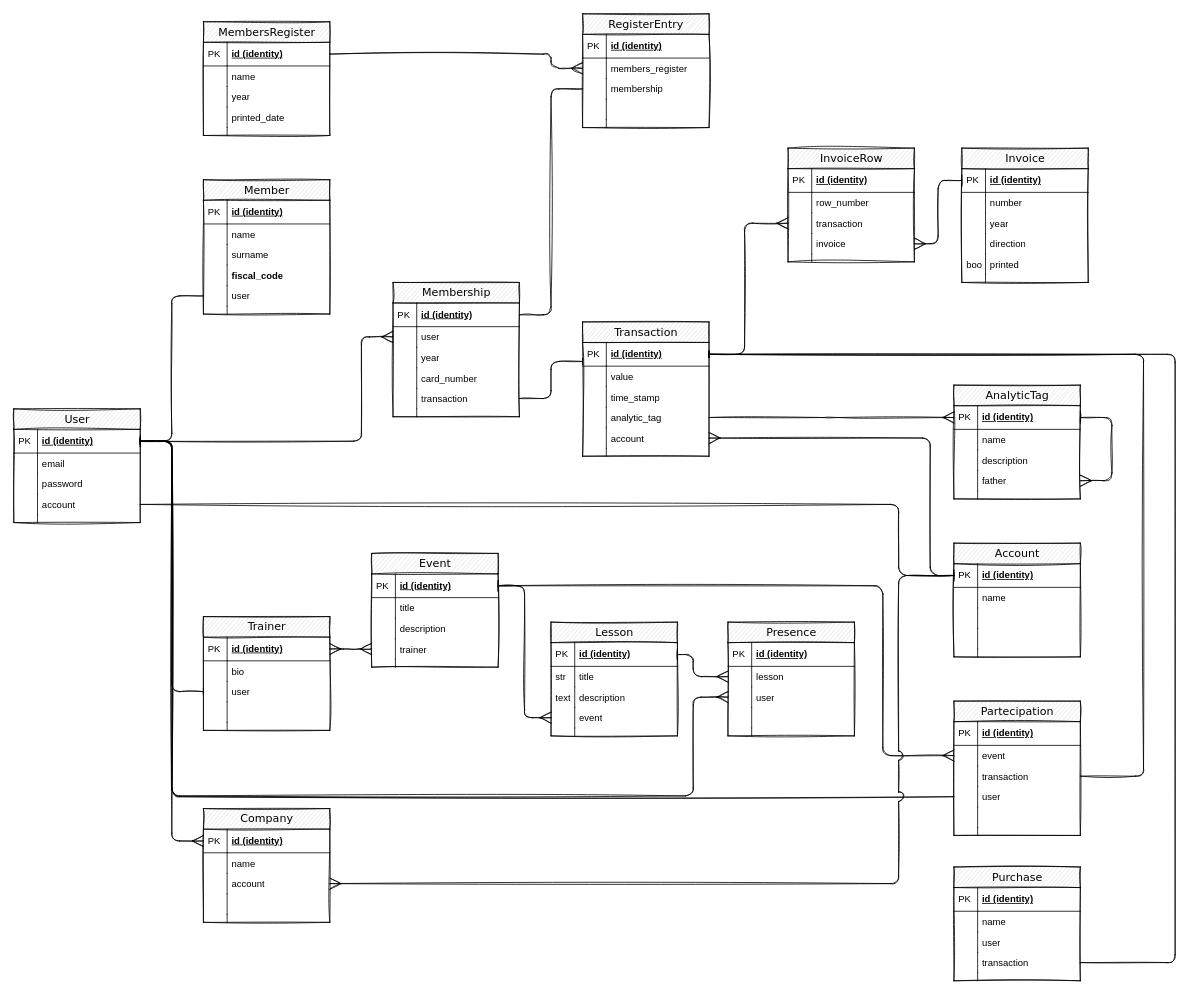
Before: doc/asso-er.drawio in ConoscereLinux/asso-django, a draw.io diagram. Source tidied: cells renumbered, new cells numbered last; positions are measured from the earlier drawing's top-left corner, leaving out a move shared by most shapes. Both pictures are drawn from the tidied source at 79%, with x=0, y=0 at pixel (13, 13).
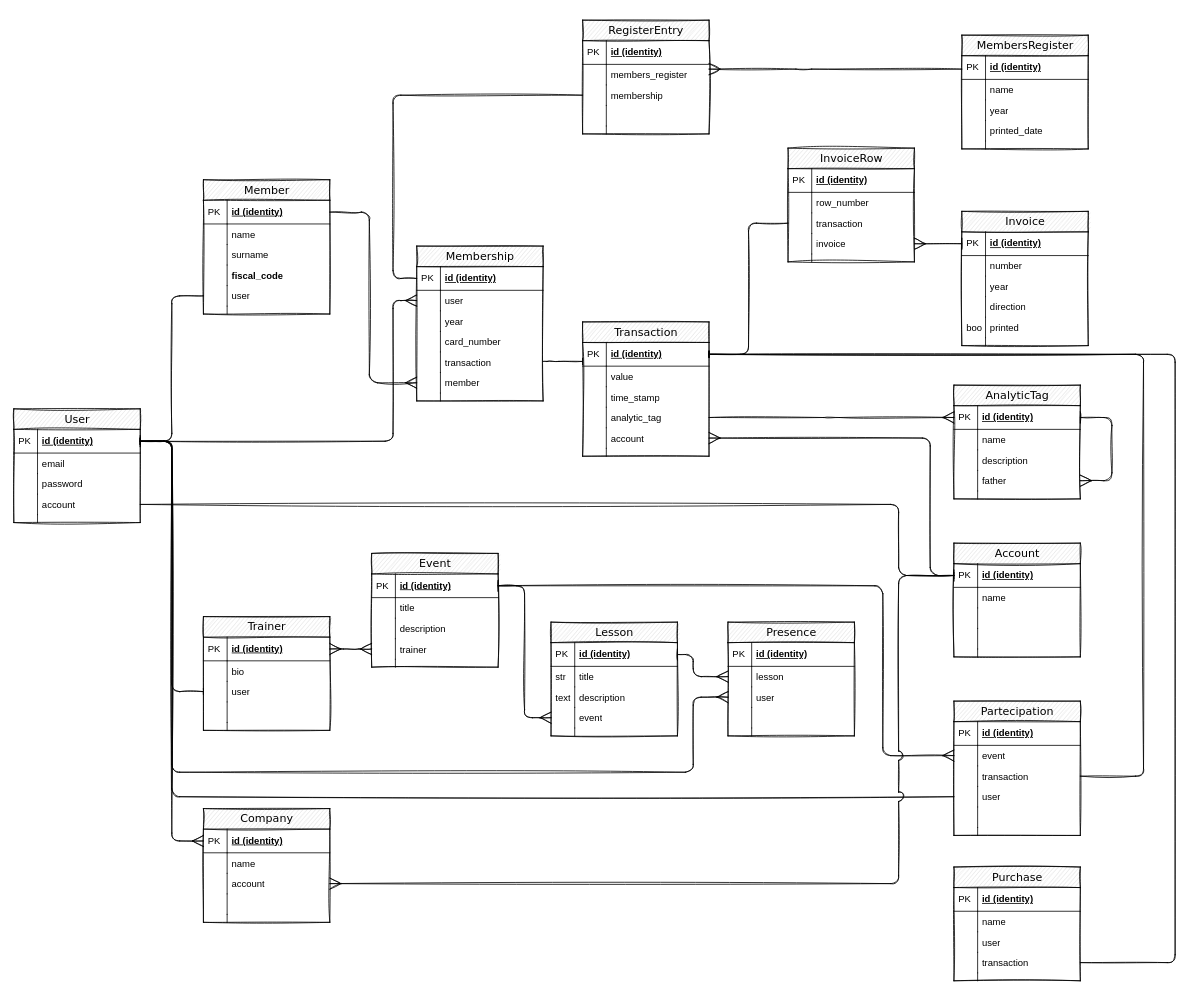
The same diagram, later.

The change refers to these unchanged cells:
```xml
<mxCell id="3" value="id (identity)" style="shape=partialRectangle;top=0;left=0;right=0;bottom=1;html=1;align=left;verticalAlign=middle;fillColor=none;spacingLeft=34;spacingRight=4;whiteSpace=wrap;overflow=hidden;points=[[0,0.5],[1,0.5]];portConstraint=eastwest;fontStyle=5;" parent="2" vertex="1">
  <mxGeometry y="26" width="160" height="30" as="geometry" />
</mxCell>
<mxCell id="14" value="id (identity)" style="shape=partialRectangle;top=0;left=0;right=0;bottom=1;html=1;align=left;verticalAlign=middle;fillColor=none;spacingLeft=34;spacingRight=4;whiteSpace=wrap;overflow=hidden;points=[[0,0.5],[1,0.5]];portConstraint=eastwest;fontStyle=5;" parent="13" vertex="1">
  <mxGeometry y="26" width="160" height="30" as="geometry" />
</mxCell>
<mxCell id="28" value="id (identity)" style="shape=partialRectangle;top=0;left=0;right=0;bottom=1;html=1;align=left;verticalAlign=middle;fillColor=none;spacingLeft=34;spacingRight=4;whiteSpace=wrap;overflow=hidden;points=[[0,0.5],[1,0.5]];portConstraint=eastwest;fontStyle=5;" parent="27" vertex="1">
  <mxGeometry y="26" width="160" height="30" as="geometry" />
</mxCell>
<mxCell id="30" value="user" style="shape=partialRectangle;top=0;left=0;right=0;bottom=0;html=1;align=left;verticalAlign=top;fillColor=none;spacingLeft=34;spacingRight=4;whiteSpace=wrap;overflow=hidden;points=[[0,0.5],[1,0.5]];portConstraint=eastwest;" parent="27" vertex="1">
  <mxGeometry y="56" width="160" height="26" as="geometry" />
</mxCell>
<mxCell id="42" value="id (identity)" style="shape=partialRectangle;top=0;left=0;right=0;bottom=1;html=1;align=left;verticalAlign=middle;fillColor=none;spacingLeft=34;spacingRight=4;whiteSpace=wrap;overflow=hidden;points=[[0,0.5],[1,0.5]];portConstraint=eastwest;fontStyle=5;" parent="41" vertex="1">
  <mxGeometry y="26" width="160" height="30" as="geometry" />
</mxCell>
<mxCell id="134" value="id (identity)" style="shape=partialRectangle;top=0;left=0;right=0;bottom=1;html=1;align=left;verticalAlign=middle;fillColor=none;spacingLeft=34;spacingRight=4;whiteSpace=wrap;overflow=hidden;points=[[0,0.5],[1,0.5]];portConstraint=eastwest;fontStyle=5;" parent="133" vertex="1">
  <mxGeometry y="26" width="160" height="30" as="geometry" />
</mxCell>
<mxCell id="161" value="user" style="shape=partialRectangle;top=0;left=0;right=0;bottom=0;html=1;align=left;verticalAlign=top;fillColor=none;spacingLeft=34;spacingRight=4;whiteSpace=wrap;overflow=hidden;points=[[0,0.5],[1,0.5]];portConstraint=eastwest;" parent="156" vertex="1">
  <mxGeometry y="82" width="160" height="26" as="geometry" />
</mxCell>
<mxCell id="187" value="transaction" style="shape=partialRectangle;top=0;left=0;right=0;bottom=0;html=1;align=left;verticalAlign=top;fillColor=none;spacingLeft=34;spacingRight=4;whiteSpace=wrap;overflow=hidden;points=[[0,0.5],[1,0.5]];portConstraint=eastwest;" parent="182" vertex="1">
  <mxGeometry y="82" width="160" height="26" as="geometry" />
</mxCell>
<mxCell id="211" value="members_register" style="shape=partialRectangle;top=0;left=0;right=0;bottom=0;html=1;align=left;verticalAlign=top;fillColor=none;spacingLeft=34;spacingRight=4;whiteSpace=wrap;overflow=hidden;points=[[0,0.5],[1,0.5]];portConstraint=eastwest;" parent="208" vertex="1">
  <mxGeometry y="56" width="160" height="26" as="geometry" />
</mxCell>
<mxCell id="213" value="membership" style="shape=partialRectangle;top=0;left=0;right=0;bottom=0;html=1;align=left;verticalAlign=top;fillColor=none;spacingLeft=34;spacingRight=4;whiteSpace=wrap;overflow=hidden;points=[[0,0.5],[1,0.5]];portConstraint=eastwest;" parent="208" vertex="1">
  <mxGeometry y="82" width="160" height="26" as="geometry" />
</mxCell>
```

What changed in the source:
```diff
@@
     <mxCell id="27" value="Membership" style="swimlane;html=1;fontStyle=0;horizontal=1;startSize=26;fillColor=#e0e0e0;swimlaneFillColor=#ffffff;align=center;rounded=0;shadow=0;comic=0;labelBackgroundColor=none;strokeWidth=1;fontFamily=Verdana;fontSize=14;sketch=1;" parent="1" vertex="1">
-      <mxGeometry x="480" y="340" width="160" height="170" as="geometry" />
+      <mxGeometry x="510" y="294" width="160" height="196" as="geometry" />
     </mxCell>
@@
+    <mxCell id="221" value="member" style="shape=partialRectangle;top=0;left=0;right=0;bottom=0;html=1;align=left;verticalAlign=top;fillColor=none;spacingLeft=34;spacingRight=4;whiteSpace=wrap;overflow=hidden;points=[[0,0.5],[1,0.5]];portConstraint=eastwest;" parent="27" vertex="1">
+      <mxGeometry y="160" width="160" height="26" as="geometry" />
+    </mxCell>
+    <mxCell id="222" style="shape=partialRectangle;top=0;left=0;bottom=0;html=1;fillColor=none;align=left;verticalAlign=top;spacingLeft=4;spacingRight=4;whiteSpace=wrap;overflow=hidden;" parent="221" vertex="1">
+      <mxGeometry width="30" height="26" as="geometry" />
+    </mxCell>
     <mxCell id="38" style="shape=partialRectangle;top=0;left=0;right=0;bottom=0;html=1;align=left;verticalAlign=top;fillColor=none;spacingLeft=34;spacingRight=4;whiteSpace=wrap;overflow=hidden;" parent="27" vertex="1">
-      <mxGeometry y="160" width="160" height="10" as="geometry" />
+      <mxGeometry y="186" width="160" height="10" as="geometry" />
     </mxCell>
@@
     <mxCell id="40" style="edgeStyle=elbowEdgeStyle;rounded=1;jettySize=auto;html=1;endArrow=ERmany;endFill=0;sketch=1;jumpSize=12;endSize=12;startSize=12;" parent="1" edge="1" source="3" target="30">
       <mxGeometry relative="1" as="geometry">
         <Array as="points">
-          <mxPoint x="440" y="470" />
+          <mxPoint x="480" y="450" />
           <mxPoint x="480" y="460" />
         </Array>
       </mxGeometry>
     </mxCell>
@@
     <mxCell id="133" value="MembersRegister" style="swimlane;html=1;fontStyle=0;horizontal=1;startSize=26;fillColor=#e0e0e0;swimlaneFillColor=#ffffff;align=center;rounded=0;shadow=0;comic=0;labelBackgroundColor=none;strokeWidth=1;fontFamily=Verdana;fontSize=14;sketch=1;" parent="1" vertex="1">
-      <mxGeometry x="240" y="10" width="160" height="144" as="geometry" />
+      <mxGeometry x="1200" y="27" width="160" height="144" as="geometry" />
     </mxCell>
@@
     <mxCell id="167" style="edgeStyle=orthogonalEdgeStyle;rounded=1;sketch=1;jettySize=auto;html=1;startArrow=ERmany;startFill=0;endArrow=baseDash;endFill=0;startSize=12;" parent="1" edge="1" source="161" target="3">
       <mxGeometry relative="1" as="geometry">
         <Array as="points">
           <mxPoint x="860" y="865" />
-          <mxPoint x="860" y="990" />
-          <mxPoint x="200" y="990" />
+          <mxPoint x="860" y="960" />
+          <mxPoint x="200" y="960" />
           <mxPoint x="200" y="541" />
         </Array>
       </mxGeometry>
     </mxCell>
@@
     <mxCell id="169" value="Invoice" style="swimlane;html=1;fontStyle=0;horizontal=1;startSize=26;fillColor=#e0e0e0;swimlaneFillColor=#ffffff;align=center;rounded=0;shadow=0;comic=0;labelBackgroundColor=none;strokeWidth=1;fontFamily=Verdana;fontSize=14;sketch=1;swimlaneHead=1;swimlaneBody=1;noLabel=0;perimeter=rectanglePerimeter;" parent="1" vertex="1">
-      <mxGeometry x="1200" y="170" width="160" height="170" as="geometry" />
+      <mxGeometry x="1200" y="250" width="160" height="170" as="geometry" />
     </mxCell>
@@
-    <mxCell id="193" style="edgeStyle=orthogonalEdgeStyle;rounded=1;sketch=1;jettySize=auto;html=1;startArrow=ERmany;startFill=0;endArrow=baseDash;endFill=0;startSize=12;" parent="1" edge="1" source="187" target="42">
+    <mxCell id="193" style="edgeStyle=orthogonalEdgeStyle;rounded=1;sketch=1;jettySize=auto;html=1;startArrow=none;startFill=0;endArrow=baseDash;endFill=0;startSize=12;" parent="1" edge="1" source="187" target="42">
       <mxGeometry relative="1" as="geometry" />
     </mxCell>
@@
     <mxCell id="208" value="RegisterEntry" style="swimlane;html=1;fontStyle=0;horizontal=1;startSize=26;fillColor=#e0e0e0;swimlaneFillColor=#ffffff;align=center;rounded=0;shadow=0;comic=0;labelBackgroundColor=none;strokeWidth=1;fontFamily=Verdana;fontSize=14;sketch=1;" parent="1" vertex="1">
-      <mxGeometry x="720" width="160" height="144" as="geometry" />
+      <mxGeometry x="720" y="8" width="160" height="144" as="geometry" />
     </mxCell>
@@
-    <mxCell id="219" style="edgeStyle=orthogonalEdgeStyle;rounded=1;jettySize=auto;html=1;sketch=1;curveFitting=1;jiggle=2;shadow=0;endArrow=none;endFill=0;" parent="1" edge="1" source="213" target="28">
-      <mxGeometry x="-0.06" y="-35" relative="1" as="geometry">
-        <Array as="points">
-          <mxPoint x="680" y="95" />
-          <mxPoint x="680" y="381" />
-        </Array>
-      </mxGeometry>
-    </mxCell>
-    <mxCell id="220" style="edgeStyle=orthogonalEdgeStyle;rounded=1;jettySize=auto;html=1;sketch=1;curveFitting=1;jiggle=2;endArrow=none;endFill=0;startArrow=ERmany;startFill=0;endSize=12;startSize=12;targetPerimeterSpacing=0;sourcePerimeterSpacing=0;" parent="1" edge="1" source="211" target="134">
-      <mxGeometry relative="1" as="geometry">
-        <Array as="points">
-          <mxPoint x="680" y="69" />
-          <mxPoint x="680" y="51" />
-        </Array>
-      </mxGeometry>
-    </mxCell>
+    <mxCell id="223" style="edgeStyle=elbowEdgeStyle;rounded=1;jettySize=auto;html=1;endArrow=none;endFill=0;sketch=1;jumpSize=12;endSize=12;startSize=12;" parent="1" edge="1" source="28" target="213">
+      <mxGeometry relative="1" as="geometry">
+        <Array as="points">
+          <mxPoint x="480" y="220" />
+          <mxPoint x="490" y="470" />
+        </Array>
+      </mxGeometry>
+    </mxCell>
+    <mxCell id="224" style="edgeStyle=elbowEdgeStyle;rounded=1;jettySize=auto;html=1;endArrow=ERmany;endFill=0;sketch=1;jumpSize=12;endSize=12;startSize=12;" parent="1" edge="1" source="134" target="211">
+      <mxGeometry relative="1" as="geometry">
+        <Array as="points">
+          <mxPoint x="1000" y="70" />
+          <mxPoint x="500" y="480" />
+        </Array>
+      </mxGeometry>
+    </mxCell>
+    <mxCell id="225" style="edgeStyle=orthogonalEdgeStyle;rounded=1;jettySize=auto;html=1;startArrow=ERmany;startFill=0;endArrow=none;endFill=0;sketch=1;curveFitting=1;jiggle=2;endSize=12;startSize=12;" parent="1" edge="1" source="221" target="14">
+      <mxGeometry relative="1" as="geometry" />
+    </mxCell>
```
